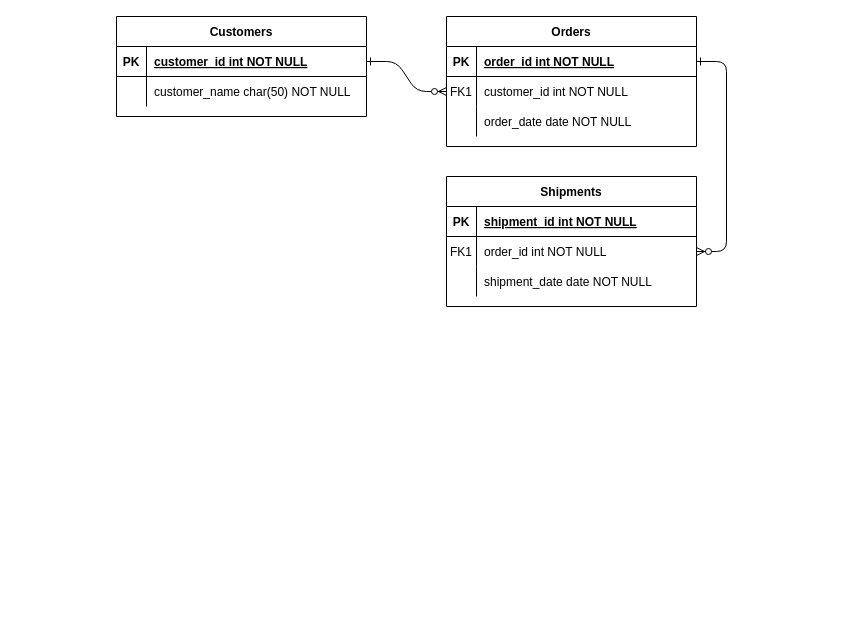
This is Untitled Diagram.drawio from angeltemelko/Sales-Dashboard, a draw.io file, before an edit. Source tidied: cells renumbered, new cells numbered last; positions are measured from the earlier drawing's top-left corner, leaving out a move shared by most shapes. Both pictures are drawn from the tidied source at 100%, with x=0, y=0 at pixel (116, 16).
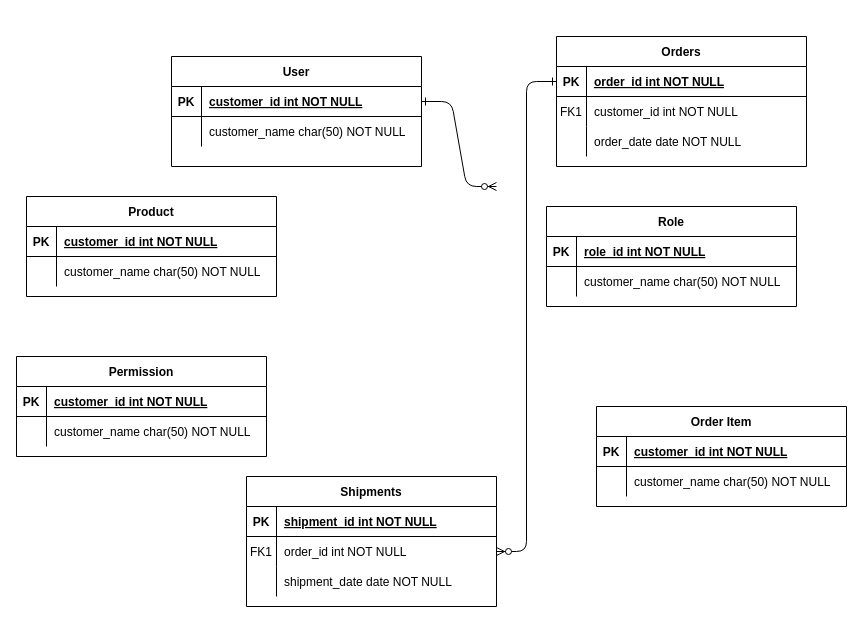
The same diagram, later.

Unchanged cells that the change refers to:
```xml
<mxCell id="8" style="shape=partialRectangle;fillColor=none;points=[[0,0.5],[1,0.5]];portConstraint=eastwest;top=0;left=0;right=0;bottom=0;" parent="4" vertex="1">
  <mxGeometry y="60" width="250" height="30" as="geometry" />
</mxCell>
<mxCell id="25" style="shape=partialRectangle;fillColor=none;points=[[0,0.5],[1,0.5]];portConstraint=eastwest;top=0;left=0;right=0;bottom=1;" parent="24" vertex="1">
  <mxGeometry y="30" width="250" height="30" as="geometry" />
</mxCell>
```

What changed in the source:
```diff
@@
-    <mxCell id="2" style="edgeStyle=entityRelationEdgeStyle;endArrow=ERzeroToMany;startArrow=ERone;endFill=1;startFill=0;" parent="1" edge="1" source="25" target="8">
-      <mxGeometry relative="1" as="geometry" />
+    <mxCell id="2" style="edgeStyle=entityRelationEdgeStyle;endArrow=ERzeroToMany;startArrow=ERone;endFill=1;startFill=0;" parent="1" edge="1" source="25">
+      <mxGeometry relative="1" as="geometry">
+        <mxPoint x="380" y="170" as="targetPoint" />
+      </mxGeometry>
     </mxCell>
@@
     <mxCell id="4" value="Orders" style="shape=table;startSize=30;childLayout=tableLayout;rowLines=0;fontStyle=1;align=center;" parent="1" vertex="1">
-      <mxGeometry x="330" width="250" height="130" as="geometry" />
+      <mxGeometry x="440" y="20" width="250" height="130" as="geometry" />
     </mxCell>
@@
     <mxCell id="14" value="Shipments" style="shape=table;startSize=30;childLayout=tableLayout;rowLines=0;fontStyle=1;align=center;" parent="1" vertex="1">
-      <mxGeometry x="330" y="160" width="250" height="130" as="geometry" />
+      <mxGeometry x="130" y="460" width="250" height="130" as="geometry" />
     </mxCell>
@@
-    <mxCell id="24" value="Customers" style="shape=table;startSize=30;childLayout=tableLayout;rowLines=0;fontStyle=1;align=center;" parent="1" vertex="1">
-      <mxGeometry width="250" height="100" as="geometry" />
+    <mxCell id="24" value="User" style="shape=table;startSize=30;childLayout=tableLayout;rowLines=0;fontStyle=1;align=center;" parent="1" vertex="1">
+      <mxGeometry x="55" y="40" width="250" height="110" as="geometry" />
     </mxCell>
@@
+    <mxCell id="31" value="Product" style="shape=table;startSize=30;childLayout=tableLayout;rowLines=0;fontStyle=1;align=center;" parent="1" vertex="1">
+      <mxGeometry x="-90" y="180" width="250" height="100" as="geometry" />
+    </mxCell>
+    <mxCell id="32" style="shape=partialRectangle;fillColor=none;top=0;left=0;right=0;bottom=1;" parent="31" vertex="1">
+      <mxGeometry y="30" width="250" height="30" as="geometry" />
+    </mxCell>
+    <mxCell id="33" value="PK" style="shape=partialRectangle;overflow=hidden;fillColor=none;top=0;left=0;bottom=0;right=0;fontStyle=1;" parent="32" vertex="1">
+      <mxGeometry width="30" height="30" as="geometry" />
+    </mxCell>
+    <mxCell id="34" value="customer_id int NOT NULL " style="shape=partialRectangle;overflow=hidden;fillColor=none;top=0;left=0;bottom=0;right=0;align=left;spacingLeft=6;fontStyle=5;" parent="32" vertex="1">
+      <mxGeometry x="30" width="220" height="30" as="geometry" />
+    </mxCell>
+    <mxCell id="35" style="shape=partialRectangle;fillColor=none;top=0;left=0;right=0;bottom=0;" parent="31" vertex="1">
+      <mxGeometry y="60" width="250" height="30" as="geometry" />
+    </mxCell>
+    <mxCell id="36" style="shape=partialRectangle;overflow=hidden;fillColor=none;top=0;left=0;bottom=0;right=0;" parent="35" vertex="1">
+      <mxGeometry width="30" height="30" as="geometry" />
+    </mxCell>
+    <mxCell id="37" value="customer_name char(50) NOT NULL" style="shape=partialRectangle;overflow=hidden;fillColor=none;top=0;left=0;bottom=0;right=0;align=left;spacingLeft=6;" parent="35" vertex="1">
+      <mxGeometry x="30" width="220" height="30" as="geometry" />
+    </mxCell>
+    <mxCell id="38" value="Role" style="shape=table;startSize=30;childLayout=tableLayout;rowLines=0;fontStyle=1;align=center;" parent="1" vertex="1">
+      <mxGeometry x="430" y="190" width="250" height="100" as="geometry" />
+    </mxCell>
+    <mxCell id="39" style="shape=partialRectangle;fillColor=none;top=0;left=0;right=0;bottom=1;" parent="38" vertex="1">
+      <mxGeometry y="30" width="250" height="30" as="geometry" />
+    </mxCell>
+    <mxCell id="40" value="PK" style="shape=partialRectangle;overflow=hidden;fillColor=none;top=0;left=0;bottom=0;right=0;fontStyle=1;" parent="39" vertex="1">
+      <mxGeometry width="30" height="30" as="geometry" />
+    </mxCell>
+    <mxCell id="41" value="role_id int NOT NULL " style="shape=partialRectangle;overflow=hidden;fillColor=none;top=0;left=0;bottom=0;right=0;align=left;spacingLeft=6;fontStyle=5;" parent="39" vertex="1">
+      <mxGeometry x="30" width="220" height="30" as="geometry" />
+    </mxCell>
+    <mxCell id="42" style="shape=partialRectangle;fillColor=none;top=0;left=0;right=0;bottom=0;" parent="38" vertex="1">
+      <mxGeometry y="60" width="250" height="30" as="geometry" />
+    </mxCell>
+    <mxCell id="43" style="shape=partialRectangle;overflow=hidden;fillColor=none;top=0;left=0;bottom=0;right=0;" parent="42" vertex="1">
+      <mxGeometry width="30" height="30" as="geometry" />
+    </mxCell>
+    <mxCell id="44" value="customer_name char(50) NOT NULL" style="shape=partialRectangle;overflow=hidden;fillColor=none;top=0;left=0;bottom=0;right=0;align=left;spacingLeft=6;" parent="42" vertex="1">
+      <mxGeometry x="30" width="220" height="30" as="geometry" />
+    </mxCell>
+    <mxCell id="45" value="Permission" style="shape=table;startSize=30;childLayout=tableLayout;rowLines=0;fontStyle=1;align=center;" parent="1" vertex="1">
+      <mxGeometry x="-100" y="340" width="250" height="100" as="geometry" />
+    </mxCell>
+    <mxCell id="46" style="shape=partialRectangle;fillColor=none;top=0;left=0;right=0;bottom=1;" parent="45" vertex="1">
+      <mxGeometry y="30" width="250" height="30" as="geometry" />
+    </mxCell>
+    <mxCell id="47" value="PK" style="shape=partialRectangle;overflow=hidden;fillColor=none;top=0;left=0;bottom=0;right=0;fontStyle=1;" parent="46" vertex="1">
+      <mxGeometry width="30" height="30" as="geometry" />
+    </mxCell>
+    <mxCell id="48" value="customer_id int NOT NULL " style="shape=partialRectangle;overflow=hidden;fillColor=none;top=0;left=0;bottom=0;right=0;align=left;spacingLeft=6;fontStyle=5;" parent="46" vertex="1">
+      <mxGeometry x="30" width="220" height="30" as="geometry" />
+    </mxCell>
+    <mxCell id="49" style="shape=partialRectangle;fillColor=none;top=0;left=0;right=0;bottom=0;" parent="45" vertex="1">
+      <mxGeometry y="60" width="250" height="30" as="geometry" />
+    </mxCell>
+    <mxCell id="50" style="shape=partialRectangle;overflow=hidden;fillColor=none;top=0;left=0;bottom=0;right=0;" parent="49" vertex="1">
+      <mxGeometry width="30" height="30" as="geometry" />
+    </mxCell>
+    <mxCell id="51" value="customer_name char(50) NOT NULL" style="shape=partialRectangle;overflow=hidden;fillColor=none;top=0;left=0;bottom=0;right=0;align=left;spacingLeft=6;" parent="49" vertex="1">
+      <mxGeometry x="30" width="220" height="30" as="geometry" />
+    </mxCell>
+    <mxCell id="52" value="Order Item" style="shape=table;startSize=30;childLayout=tableLayout;rowLines=0;fontStyle=1;align=center;" parent="1" vertex="1">
+      <mxGeometry x="480" y="390" width="250" height="100" as="geometry" />
+    </mxCell>
+    <mxCell id="53" style="shape=partialRectangle;fillColor=none;top=0;left=0;right=0;bottom=1;" parent="52" vertex="1">
+      <mxGeometry y="30" width="250" height="30" as="geometry" />
+    </mxCell>
+    <mxCell id="54" value="PK" style="shape=partialRectangle;overflow=hidden;fillColor=none;top=0;left=0;bottom=0;right=0;fontStyle=1;" parent="53" vertex="1">
+      <mxGeometry width="30" height="30" as="geometry" />
+    </mxCell>
+    <mxCell id="55" value="customer_id int NOT NULL " style="shape=partialRectangle;overflow=hidden;fillColor=none;top=0;left=0;bottom=0;right=0;align=left;spacingLeft=6;fontStyle=5;" parent="53" vertex="1">
+      <mxGeometry x="30" width="220" height="30" as="geometry" />
+    </mxCell>
+    <mxCell id="56" style="shape=partialRectangle;fillColor=none;top=0;left=0;right=0;bottom=0;" parent="52" vertex="1">
+      <mxGeometry y="60" width="250" height="30" as="geometry" />
+    </mxCell>
+    <mxCell id="57" style="shape=partialRectangle;overflow=hidden;fillColor=none;top=0;left=0;bottom=0;right=0;" parent="56" vertex="1">
+      <mxGeometry width="30" height="30" as="geometry" />
+    </mxCell>
+    <mxCell id="58" value="customer_name char(50) NOT NULL" style="shape=partialRectangle;overflow=hidden;fillColor=none;top=0;left=0;bottom=0;right=0;align=left;spacingLeft=6;" parent="56" vertex="1">
+      <mxGeometry x="30" width="220" height="30" as="geometry" />
+    </mxCell>
```
